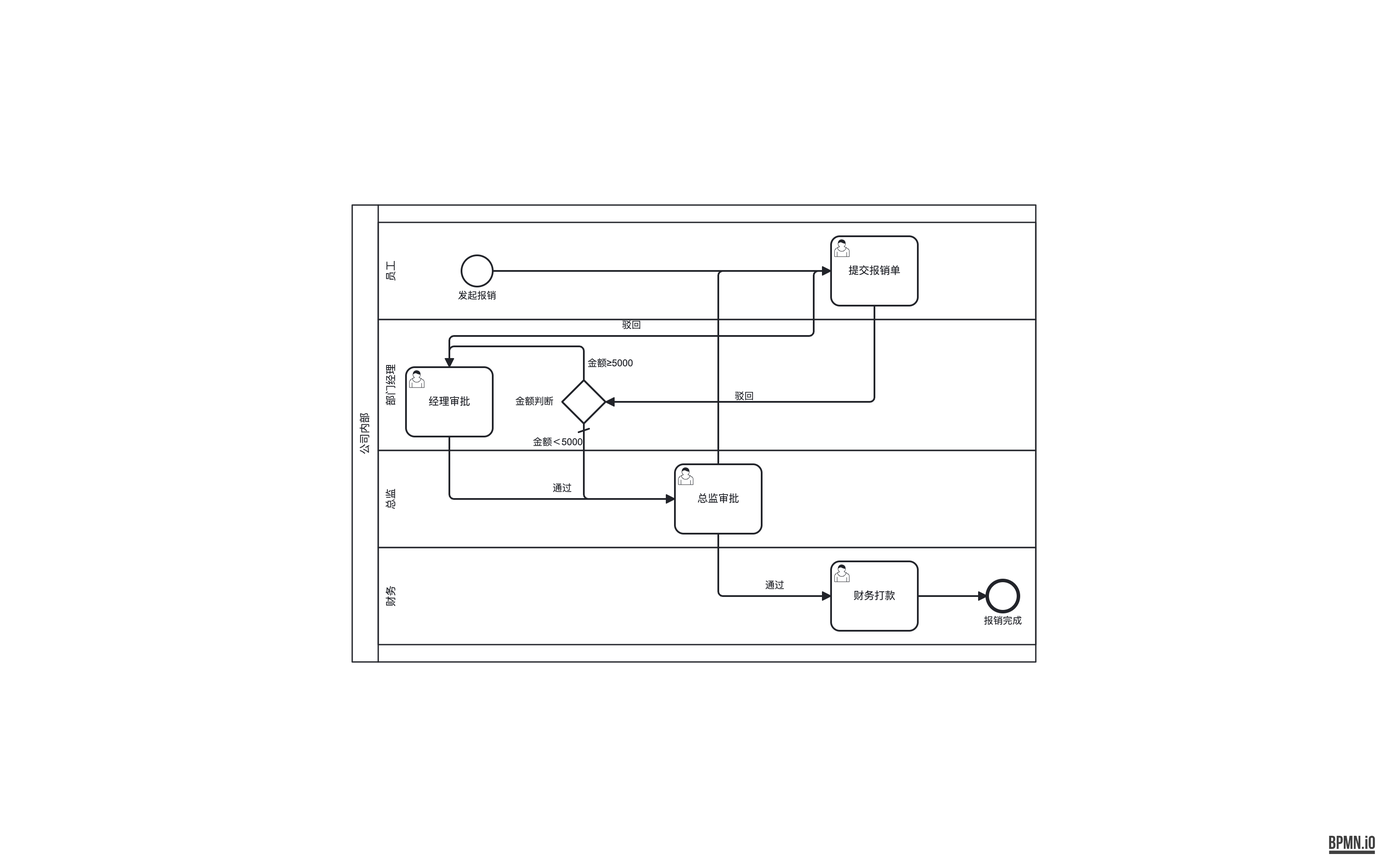
Above: out-bpmn-png/44-reimburse-amount-reject.png in LcpMarvel/tramito-layout (BPMN), before the change. Its source is kept beside it as out-xml/44-reimburse-amount-reject.bpmn. Ids are renumbered.
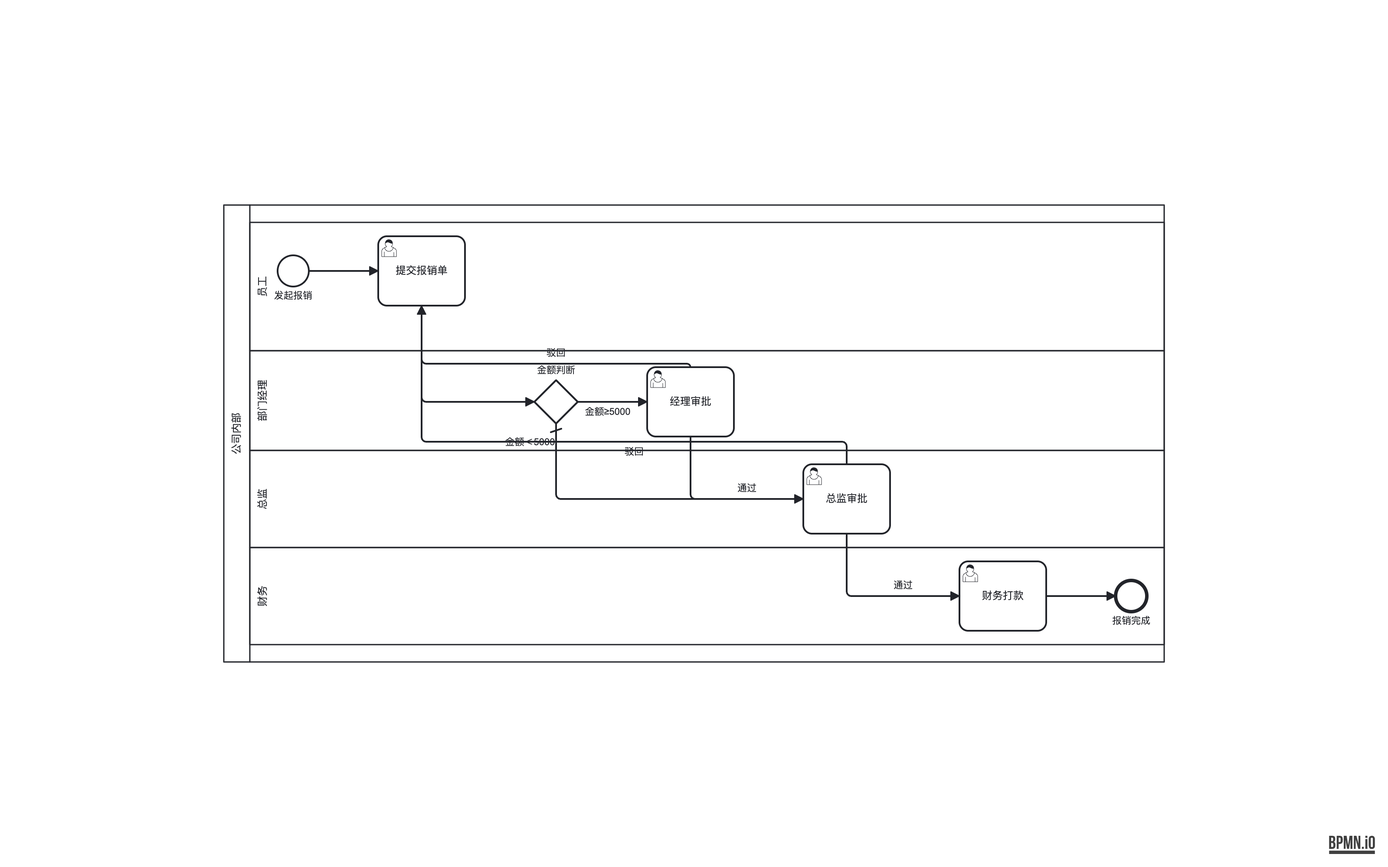
The same diagram one commit later.

Change to the diagram source:
```diff
@@ -65,116 +65,114 @@
   <bpmndi:BPMNDiagram id="BPMNDiagram_definitions_reimburse_amount_reject" name="BPMNDiagram">
     <bpmndi:BPMNPlane id="BPMNPlane_definitions_reimburse_amount_reject" bpmnElement="collaboration_1">
       <bpmndi:BPMNShape id="collaboration_1_di" bpmnElement="collaboration_1">
-        <dc:Bounds x="0" y="0" width="788" height="527" />
+        <dc:Bounds x="0" y="0" width="1084" height="527" />
       </bpmndi:BPMNShape>
       <bpmndi:BPMNShape id="pool_company_di" bpmnElement="pool_company" isHorizontal="true">
-        <dc:Bounds x="0" y="0" width="788" height="527" />
+        <dc:Bounds x="0" y="0" width="1084" height="527" />
       </bpmndi:BPMNShape>
       <bpmndi:BPMNShape id="lane_staff_di" bpmnElement="lane_staff" isHorizontal="true">
-        <dc:Bounds x="30" y="20" width="758" height="112" />
+        <dc:Bounds x="30" y="20" width="1054" height="148" />
       </bpmndi:BPMNShape>
       <bpmndi:BPMNShape id="start_apply_di" bpmnElement="start_apply">
-        <dc:Bounds x="126" y="58" width="36" height="36" />
+        <dc:Bounds x="62" y="58" width="36" height="36" />
         <bpmndi:BPMNLabel>
-          <dc:Bounds x="94" y="98" width="100" height="14" />
+          <dc:Bounds x="30" y="98" width="100" height="14" />
         </bpmndi:BPMNLabel>
       </bpmndi:BPMNShape>
       <bpmndi:BPMNShape id="task_submit_di" bpmnElement="task_submit">
-        <dc:Bounds x="552" y="36" width="100" height="80" />
+        <dc:Bounds x="178" y="36" width="100" height="80" />
       </bpmndi:BPMNShape>
       <bpmndi:BPMNShape id="lane_dept_di" bpmnElement="lane_dept" isHorizontal="true">
-        <dc:Bounds x="30" y="132" width="758" height="151" />
+        <dc:Bounds x="30" y="168" width="1054" height="115" />
       </bpmndi:BPMNShape>
       <bpmndi:BPMNShape id="gw_amount_di" bpmnElement="gw_amount">
-        <dc:Bounds x="242" y="202" width="50" height="50" />
+        <dc:Bounds x="358" y="202" width="50" height="50" />
         <bpmndi:BPMNLabel>
-          <dc:Bounds x="182" y="220" width="56" height="14" />
+          <dc:Bounds x="355" y="184" width="56" height="14" />
         </bpmndi:BPMNLabel>
       </bpmndi:BPMNShape>
       <bpmndi:BPMNShape id="task_mgr_di" bpmnElement="task_mgr">
-        <dc:Bounds x="62" y="187" width="100" height="80" />
+        <dc:Bounds x="488" y="187" width="100" height="80" />
       </bpmndi:BPMNShape>
       <bpmndi:BPMNShape id="lane_director_di" bpmnElement="lane_director" isHorizontal="true">
-        <dc:Bounds x="30" y="283" width="758" height="112" />
+        <dc:Bounds x="30" y="283" width="1054" height="112" />
       </bpmndi:BPMNShape>
       <bpmndi:BPMNShape id="task_director_di" bpmnElement="task_director">
-        <dc:Bounds x="372" y="299" width="100" height="80" />
+        <dc:Bounds x="668" y="299" width="100" height="80" />
       </bpmndi:BPMNShape>
       <bpmndi:BPMNShape id="lane_finance_di" bpmnElement="lane_finance" isHorizontal="true">
-        <dc:Bounds x="30" y="395" width="758" height="112" />
+        <dc:Bounds x="30" y="395" width="1054" height="112" />
       </bpmndi:BPMNShape>
       <bpmndi:BPMNShape id="task_pay_di" bpmnElement="task_pay">
-        <dc:Bounds x="552" y="411" width="100" height="80" />
+        <dc:Bounds x="848" y="411" width="100" height="80" />
       </bpmndi:BPMNShape>
       <bpmndi:BPMNShape id="end_done_di" bpmnElement="end_done">
-        <dc:Bounds x="732" y="433" width="36" height="36" />
+        <dc:Bounds x="1028" y="433" width="36" height="36" />
         <bpmndi:BPMNLabel>
-          <dc:Bounds x="700" y="473" width="100" height="14" />
+          <dc:Bounds x="996" y="473" width="100" height="14" />
         </bpmndi:BPMNLabel>
       </bpmndi:BPMNShape>
       <bpmndi:BPMNEdge id="f_start_submit_di" bpmnElement="f_start_submit">
-        <di:waypoint x="162" y="76" />
-        <di:waypoint x="552" y="76" />
+        <di:waypoint x="98" y="76" />
+        <di:waypoint x="178" y="76" />
       </bpmndi:BPMNEdge>
       <bpmndi:BPMNEdge id="f_submit_gw_di" bpmnElement="f_submit_gw">
-        <di:waypoint x="602" y="116" />
-        <di:waypoint x="602" y="227" />
-        <di:waypoint x="292" y="227" />
+        <di:waypoint x="228" y="116" />
+        <di:waypoint x="228" y="227" />
+        <di:waypoint x="358" y="227" />
       </bpmndi:BPMNEdge>
       <bpmndi:BPMNEdge id="f_ge5000_di" bpmnElement="f_ge5000">
-        <di:waypoint x="267" y="202" />
-        <di:waypoint x="267" y="163" />
-        <di:waypoint x="112" y="163" />
-        <di:waypoint x="112" y="187" />
+        <di:waypoint x="408" y="227" />
+        <di:waypoint x="488" y="227" />
         <bpmndi:BPMNLabel>
-          <dc:Bounds x="272" y="175.5" width="50" height="14" />
+          <dc:Bounds x="417" y="232" width="50" height="14" />
         </bpmndi:BPMNLabel>
       </bpmndi:BPMNEdge>
       <bpmndi:BPMNEdge id="f_lt5000_di" bpmnElement="f_lt5000">
-        <di:waypoint x="267" y="252" />
-        <di:waypoint x="267" y="339" />
-        <di:waypoint x="372" y="339" />
+        <di:waypoint x="383" y="252" />
+        <di:waypoint x="383" y="339" />
+        <di:waypoint x="668" y="339" />
         <bpmndi:BPMNLabel>
-          <dc:Bounds x="212" y="267" width="50" height="14" />
+          <dc:Bounds x="328" y="267" width="50" height="14" />
         </bpmndi:BPMNLabel>
       </bpmndi:BPMNEdge>
       <bpmndi:BPMNEdge id="f_mgr_pass_di" bpmnElement="f_mgr_pass">
-        <di:waypoint x="112" y="267" />
-        <di:waypoint x="112" y="339" />
-        <di:waypoint x="372" y="339" />
+        <di:waypoint x="538" y="267" />
+        <di:waypoint x="538" y="339" />
+        <di:waypoint x="668" y="339" />
         <bpmndi:BPMNLabel>
-          <dc:Bounds x="217" y="320" width="50" height="14" />
+          <dc:Bounds x="578" y="320" width="50" height="14" />
         </bpmndi:BPMNLabel>
       </bpmndi:BPMNEdge>
       <bpmndi:BPMNEdge id="f_mgr_reject_di" bpmnElement="f_mgr_reject">
-        <di:waypoint x="112" y="187" />
-        <di:waypoint x="112" y="151" />
-        <di:waypoint x="532" y="151" />
-        <di:waypoint x="532" y="76" />
-        <di:waypoint x="552" y="76" />
+        <di:waypoint x="538" y="187" />
+        <di:waypoint x="538" y="183" />
+        <di:waypoint x="228" y="183" />
+        <di:waypoint x="228" y="116" />
         <bpmndi:BPMNLabel>
-          <dc:Bounds x="297" y="132" width="50" height="14" />
+          <dc:Bounds x="358" y="164" width="50" height="14" />
         </bpmndi:BPMNLabel>
       </bpmndi:BPMNEdge>
       <bpmndi:BPMNEdge id="f_director_pass_di" bpmnElement="f_director_pass">
-        <di:waypoint x="422" y="379" />
-        <di:waypoint x="422" y="451" />
-        <di:waypoint x="552" y="451" />
+        <di:waypoint x="718" y="379" />
+        <di:waypoint x="718" y="451" />
+        <di:waypoint x="848" y="451" />
         <bpmndi:BPMNLabel>
-          <dc:Bounds x="462" y="432" width="50" height="14" />
+          <dc:Bounds x="758" y="432" width="50" height="14" />
         </bpmndi:BPMNLabel>
       </bpmndi:BPMNEdge>
       <bpmndi:BPMNEdge id="f_director_reject_di" bpmnElement="f_director_reject">
-        <di:waypoint x="422" y="299" />
-        <di:waypoint x="422" y="76" />
-        <di:waypoint x="552" y="76" />
+        <di:waypoint x="718" y="299" />
+        <di:waypoint x="718" y="273" />
+        <di:waypoint x="228" y="273" />
+        <di:waypoint x="228" y="116" />
         <bpmndi:BPMNLabel>
-          <dc:Bounds x="427" y="213.95" width="50" height="14" />
+          <dc:Bounds x="448" y="278" width="50" height="14" />
         </bpmndi:BPMNLabel>
       </bpmndi:BPMNEdge>
       <bpmndi:BPMNEdge id="f_pay_end_di" bpmnElement="f_pay_end">
-        <di:waypoint x="652" y="451" />
-        <di:waypoint x="732" y="451" />
+        <di:waypoint x="948" y="451" />
+        <di:waypoint x="1028" y="451" />
       </bpmndi:BPMNEdge>
     </bpmndi:BPMNPlane>
   </bpmndi:BPMNDiagram>
```
